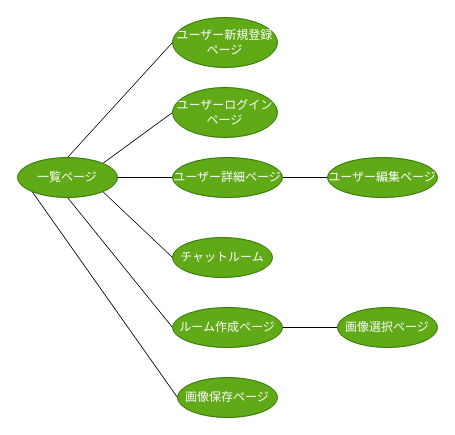
Earlier version of the draw.io diagram 画面遷移図.dio (aki2314/chatroom). Source tidied: cells renumbered, new cells numbered last; positions are measured from the earlier drawing's top-left corner, leaving out a move shared by most shapes. Both pictures are drawn from the tidied source at 100%, with x=0, y=0 at pixel (17, 17).
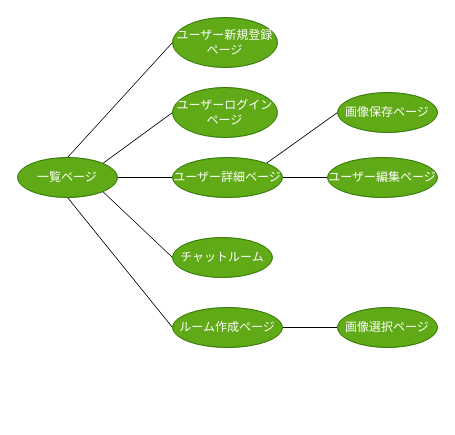
The same diagram, later.

Commit message (it also covers changes not shown here):
画面遷移図2

Diff of the diagram source:
```diff
@@
 <mxGraphModel>
   <root>
     <mxCell id="0" />
     <mxCell id="1" parent="0" />
     <mxCell id="2" style="edgeStyle=none;html=1;exitX=1;exitY=0.5;exitDx=0;exitDy=0;entryX=0;entryY=0.5;entryDx=0;entryDy=0;endArrow=none;endFill=0;" parent="1" edge="1" source="8" target="10">
       <mxGeometry relative="1" as="geometry" />
     </mxCell>
     <mxCell id="3" style="edgeStyle=none;html=1;exitX=1;exitY=0;exitDx=0;exitDy=0;entryX=0;entryY=0.5;entryDx=0;entryDy=0;endArrow=none;endFill=0;" parent="1" edge="1" source="8" target="16">
       <mxGeometry relative="1" as="geometry" />
     </mxCell>
     <mxCell id="4" style="edgeStyle=none;html=1;exitX=0.5;exitY=0;exitDx=0;exitDy=0;entryX=0;entryY=0.5;entryDx=0;entryDy=0;endArrow=none;endFill=0;" parent="1" edge="1" source="8" target="17">
       <mxGeometry relative="1" as="geometry" />
     </mxCell>
     <mxCell id="5" style="edgeStyle=none;html=1;exitX=1;exitY=1;exitDx=0;exitDy=0;entryX=0;entryY=0.5;entryDx=0;entryDy=0;endArrow=none;endFill=0;" parent="1" edge="1" source="8" target="12">
       <mxGeometry relative="1" as="geometry" />
     </mxCell>
     <mxCell id="6" style="edgeStyle=none;html=1;exitX=0.5;exitY=1;exitDx=0;exitDy=0;entryX=0;entryY=0.5;entryDx=0;entryDy=0;endArrow=none;endFill=0;" parent="1" edge="1" source="8" target="15">
       <mxGeometry relative="1" as="geometry" />
     </mxCell>
-    <mxCell id="7" style="edgeStyle=none;html=1;exitX=0;exitY=1;exitDx=0;exitDy=0;entryX=0;entryY=0.5;entryDx=0;entryDy=0;endArrow=none;endFill=0;" parent="1" edge="1" source="8" target="13">
+    <mxCell id="7" style="edgeStyle=none;html=1;exitX=1;exitY=0;exitDx=0;exitDy=0;entryX=0;entryY=0.5;entryDx=0;entryDy=0;endArrow=none;endFill=0;" parent="1" edge="1" source="10" target="13">
       <mxGeometry relative="1" as="geometry" />
     </mxCell>
     <mxCell id="8" value="一覧ページ" style="ellipse;whiteSpace=wrap;html=1;align=center;fillColor=#60a917;fontColor=#ffffff;strokeColor=#2D7600;" parent="1" vertex="1">
       <mxGeometry y="140" width="100" height="40" as="geometry" />
     </mxCell>
     <mxCell id="9" style="edgeStyle=none;html=1;exitX=1;exitY=0.5;exitDx=0;exitDy=0;entryX=0;entryY=0.5;entryDx=0;entryDy=0;endArrow=none;endFill=0;" parent="1" edge="1" source="10" target="11">
       <mxGeometry relative="1" as="geometry" />
     </mxCell>
     <mxCell id="10" value="ユーザー詳細ページ" style="ellipse;whiteSpace=wrap;html=1;align=center;fillColor=#60a917;fontColor=#ffffff;strokeColor=#2D7600;" parent="1" vertex="1">
       <mxGeometry x="155" y="140" width="110" height="40" as="geometry" />
     </mxCell>
     <mxCell id="11" value="ユーザー編集ページ" style="ellipse;whiteSpace=wrap;html=1;align=center;fillColor=#60a917;fontColor=#ffffff;strokeColor=#2D7600;" parent="1" vertex="1">
       <mxGeometry x="310" y="140" width="110" height="40" as="geometry" />
     </mxCell>
     <mxCell id="12" value="チャットルーム" style="ellipse;whiteSpace=wrap;html=1;align=center;fillColor=#60a917;fontColor=#ffffff;strokeColor=#2D7600;" parent="1" vertex="1">
       <mxGeometry x="155" y="220" width="100" height="40" as="geometry" />
     </mxCell>
     <mxCell id="13" value="画像保存ページ" style="ellipse;whiteSpace=wrap;html=1;align=center;fillColor=#60a917;fontColor=#ffffff;strokeColor=#2D7600;" parent="1" vertex="1">
-      <mxGeometry x="160" y="360" width="100" height="40" as="geometry" />
+      <mxGeometry x="320" y="75" width="100" height="40" as="geometry" />
     </mxCell>
     <mxCell id="14" style="edgeStyle=none;html=1;exitX=1;exitY=0.5;exitDx=0;exitDy=0;entryX=0;entryY=0.5;entryDx=0;entryDy=0;endArrow=none;endFill=0;" parent="1" edge="1" source="15" target="18">
       <mxGeometry relative="1" as="geometry" />
     </mxCell>
     <mxCell id="15" value="ルーム作成ページ" style="ellipse;whiteSpace=wrap;html=1;align=center;fillColor=#60a917;fontColor=#ffffff;strokeColor=#2D7600;" parent="1" vertex="1">
       <mxGeometry x="155" y="290" width="110" height="40" as="geometry" />
     </mxCell>
     <mxCell id="16" value="ユーザーログインページ" style="ellipse;whiteSpace=wrap;html=1;align=center;fillColor=#60a917;fontColor=#ffffff;strokeColor=#2D7600;" parent="1" vertex="1">
       <mxGeometry x="155" y="70" width="105" height="50" as="geometry" />
     </mxCell>
     <mxCell id="17" value="ユーザー新規登録ページ" style="ellipse;whiteSpace=wrap;html=1;align=center;fillColor=#60a917;fontColor=#ffffff;strokeColor=#2D7600;" parent="1" vertex="1">
       <mxGeometry x="155" width="105" height="50" as="geometry" />
     </mxCell>
     <mxCell id="18" value="画像選択ページ" style="ellipse;whiteSpace=wrap;html=1;align=center;fillColor=#60a917;fontColor=#ffffff;strokeColor=#2D7600;" parent="1" vertex="1">
       <mxGeometry x="320" y="290" width="100" height="40" as="geometry" />
     </mxCell>
   </root>
 </mxGraphModel>
```
